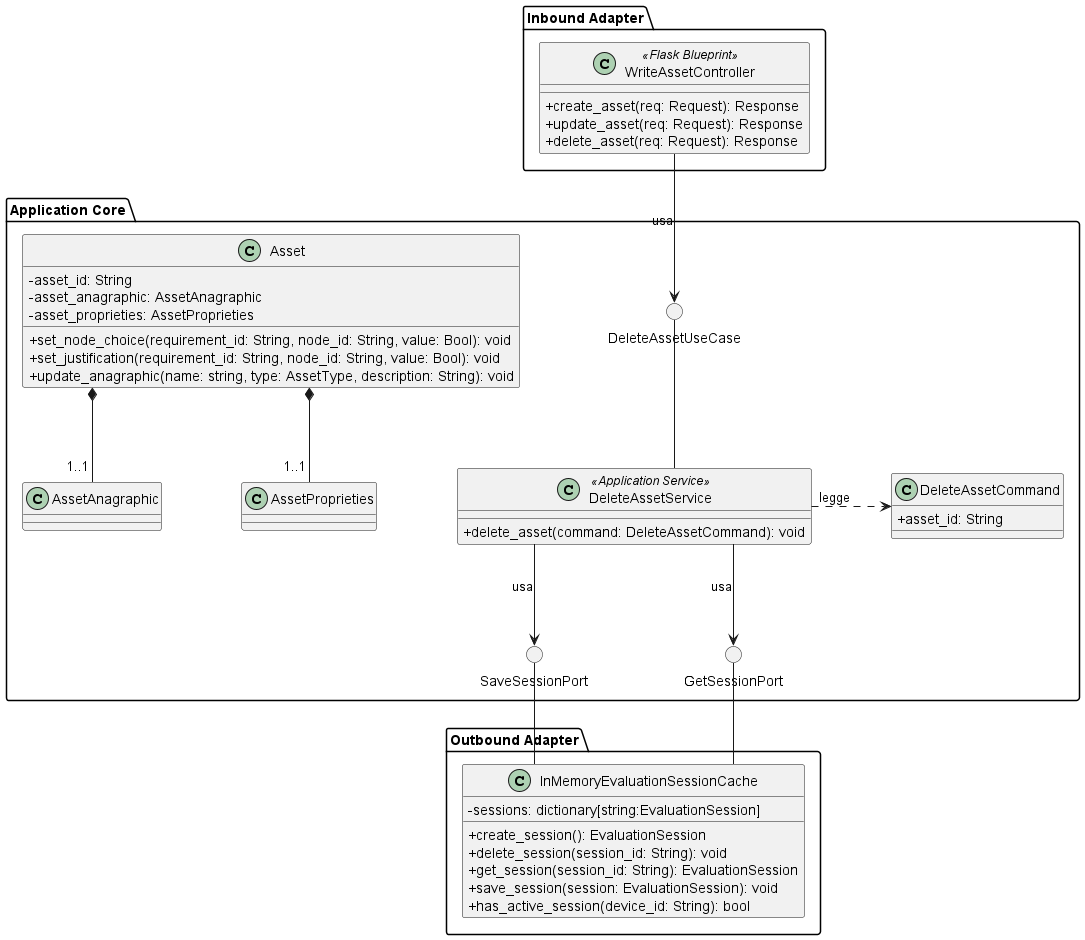
The PlantUML diagram src/PB/DocumentazioneEsterna/Specifica_Tecnica/content/uml/png/DeleteAsset/DeleteAsset.png in GroupRubberDuck/Documentazione, before a commit. The source it was exported from:
```plantuml
@startuml DeleteAsset
skinparam linetype ortho
skinparam nodesep 80
skinparam ranksep 80
skinparam classAttributeIconSize 0

package "Inbound Adapter"{
    !include InboundAdapters/WriteAssetController.puml
}

package "Application Core" {
    () "DeleteAssetUseCase"

    class DeleteAssetCommand {
        + asset_id: String
    }

    !include ApplicationServices/DeleteAssetService.puml
    !include Domain/Asset.puml
    () "SaveSessionPort"
    () "GetSessionPort"
}

package "Outbound Adapter" {
    !include OutboundAdapters/InMemoryEvaluationSessionCache.puml
}

WriteAssetController -down-> DeleteAssetUseCase : usa
DeleteAssetUseCase -down- DeleteAssetService

DeleteAssetService .> DeleteAssetCommand : legge

DeleteAssetService -down-> SaveSessionPort : usa
DeleteAssetService -down-> GetSessionPort : usa

SaveSessionPort -down- InMemoryEvaluationSessionCache
GetSessionPort -down- InMemoryEvaluationSessionCache

@enduml
```
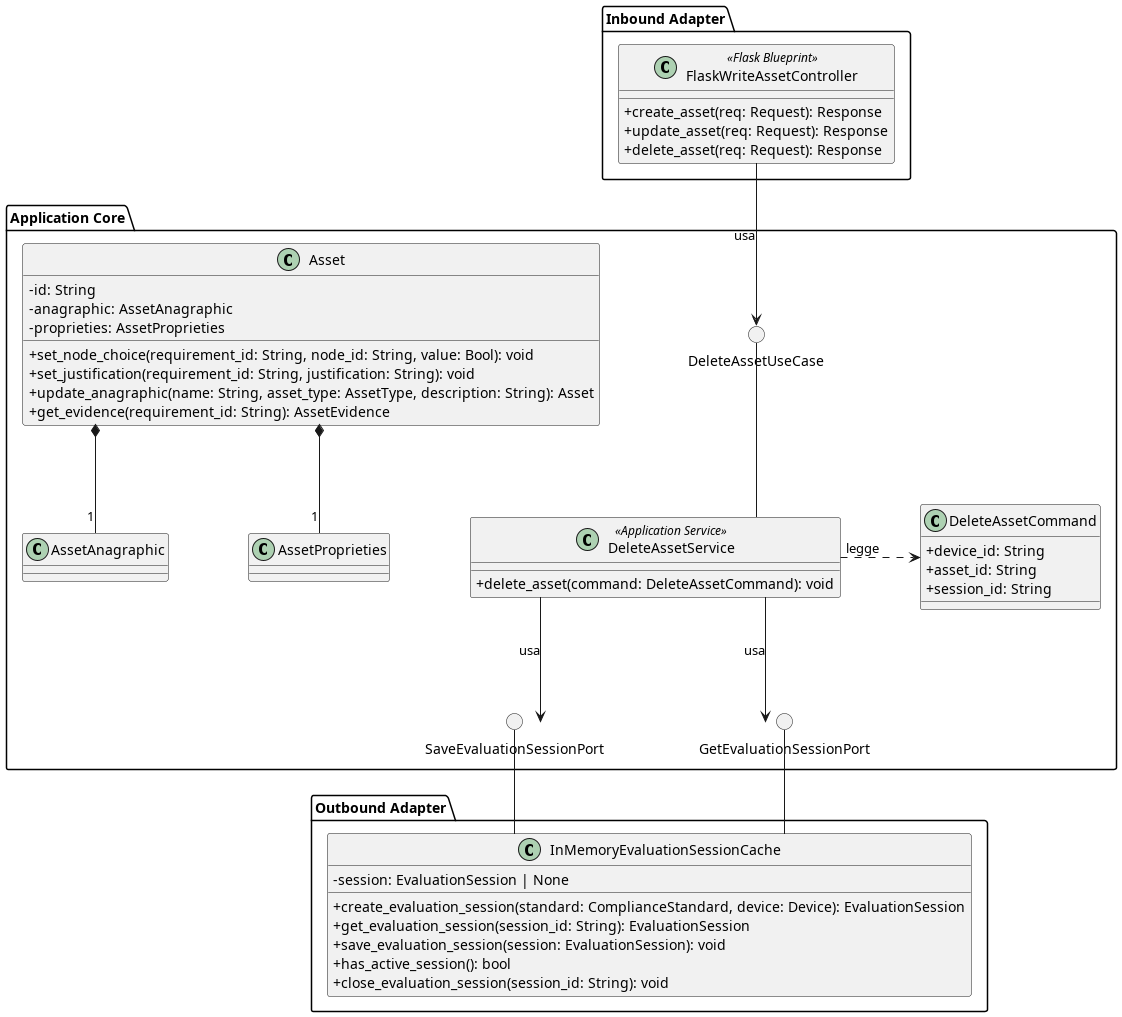
After the change.

What changed in the source:
```diff
@@ -5,35 +5,33 @@
 skinparam classAttributeIconSize 0
 
 package "Inbound Adapter"{
-    !include InboundAdapters/WriteAssetController.puml
+    !include InboundAdapters/FlaskWriteAssetController.puml
 }
 
 package "Application Core" {
     () "DeleteAssetUseCase"
 
-    class DeleteAssetCommand {
-        + asset_id: String
-    }
+    !include Command/DeleteAssetCommand.puml
 
     !include ApplicationServices/DeleteAssetService.puml
     !include Domain/Asset.puml
-    () "SaveSessionPort"
-    () "GetSessionPort"
+    () "SaveEvaluationSessionPort"
+    () "GetEvaluationSessionPort"
 }
 
 package "Outbound Adapter" {
     !include OutboundAdapters/InMemoryEvaluationSessionCache.puml
 }
 
-WriteAssetController -down-> DeleteAssetUseCase : usa
+FlaskWriteAssetController -down-> DeleteAssetUseCase : usa
 DeleteAssetUseCase -down- DeleteAssetService
 
 DeleteAssetService .> DeleteAssetCommand : legge
 
-DeleteAssetService -down-> SaveSessionPort : usa
-DeleteAssetService -down-> GetSessionPort : usa
+DeleteAssetService -down-> SaveEvaluationSessionPort : usa
+DeleteAssetService -down-> GetEvaluationSessionPort : usa
 
-SaveSessionPort -down- InMemoryEvaluationSessionCache
-GetSessionPort -down- InMemoryEvaluationSessionCache
+SaveEvaluationSessionPort -down- InMemoryEvaluationSessionCache
+GetEvaluationSessionPort -down- InMemoryEvaluationSessionCache
 
 @enduml
```
